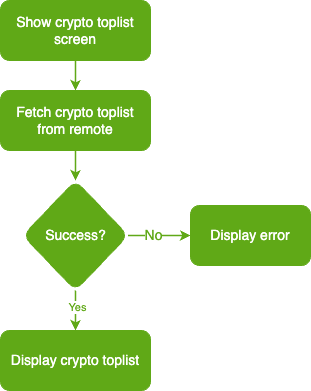
syntaxxxxx/hightech-case-study keeps this draw.io diagram as crypto_toplist_flowchart.png. Above is the earlier version. Source tidied: cells renumbered, new cells last; positions are measured from the earlier drawing's top-left corner, leaving out a move shared by most shapes. The source it was exported from:
```xml
<mxGraphModel>
  <root>
    <mxCell id="0" />
    <mxCell id="1" parent="0" />
    <mxCell id="2" style="edgeStyle=orthogonalEdgeStyle;rounded=0;jettySize=auto;html=1;strokeColor=#60A917;fillColor=#60a917;strokeWidth=1.5;" parent="1" edge="1" source="3" target="5">
      <mxGeometry relative="1" as="geometry" />
    </mxCell>
    <mxCell id="3" value="&lt;font style=&quot;font-size: 14px;&quot;&gt;Show crypto toplist&lt;br&gt;screen&lt;/font&gt;" style="rounded=1;whiteSpace=wrap;html=1;fillColor=#60A917;strokeColor=#60A917;fontColor=#ffffff;" parent="1" vertex="1">
      <mxGeometry width="150" height="60" as="geometry" />
    </mxCell>
    <mxCell id="4" style="edgeStyle=orthogonalEdgeStyle;rounded=0;jettySize=auto;html=1;strokeColor=#60A917;fontColor=#60A917;strokeWidth=1.5;" parent="1" edge="1" source="5" target="10">
      <mxGeometry relative="1" as="geometry" />
    </mxCell>
    <mxCell id="5" value="&lt;font style=&quot;font-size: 14px;&quot;&gt;Fetch crypto toplist&lt;br&gt;from remote&lt;/font&gt;" style="whiteSpace=wrap;html=1;rounded=1;fillColor=#60a917;strokeColor=#60A917;fontColor=#ffffff;" parent="1" vertex="1">
      <mxGeometry y="90" width="150" height="60" as="geometry" />
    </mxCell>
    <mxCell id="6" style="edgeStyle=orthogonalEdgeStyle;rounded=0;jettySize=auto;html=1;strokeColor=#60A917;fontColor=#60A917;strokeWidth=1.5;" parent="1" edge="1" source="10" target="11">
      <mxGeometry relative="1" as="geometry" />
    </mxCell>
    <mxCell id="7" value="&lt;font style=&quot;font-size: 14px;&quot;&gt;No&lt;/font&gt;" style="edgeLabel;html=1;align=center;verticalAlign=middle;fontColor=#60A917;" parent="6" vertex="1">
      <mxGeometry x="-0.19" y="1" relative="1" as="geometry" />
    </mxCell>
    <mxCell id="8" style="edgeStyle=orthogonalEdgeStyle;rounded=0;jettySize=auto;html=1;fillColor=#60a917;strokeColor=#60A917;strokeWidth=1.5;" parent="1" edge="1" source="10" target="12">
      <mxGeometry relative="1" as="geometry" />
    </mxCell>
    <mxCell id="9" value="&lt;font color=&quot;#60a917&quot;&gt;Yes&lt;/font&gt;" style="edgeLabel;html=1;align=center;verticalAlign=middle;" parent="8" vertex="1">
      <mxGeometry x="-0.21" y="1" relative="1" as="geometry" />
    </mxCell>
    <mxCell id="10" value="&lt;span style=&quot;font-size: 14px;&quot;&gt;&lt;font color=&quot;#ffffff&quot;&gt;Success?&lt;/font&gt;&lt;/span&gt;" style="rhombus;whiteSpace=wrap;html=1;rounded=1;fillColor=#60A917;strokeColor=#60A917;fontColor=#60A917;" parent="1" vertex="1">
      <mxGeometry x="22.5" y="180" width="105" height="110" as="geometry" />
    </mxCell>
    <mxCell id="11" value="&lt;span style=&quot;font-family: Helvetica; font-size: 14px; font-style: normal; font-variant-ligatures: normal; font-variant-caps: normal; font-weight: 400; letter-spacing: normal; orphans: 2; text-align: center; text-indent: 0px; text-transform: none; widows: 2; word-spacing: 0px; -webkit-text-stroke-width: 0px; text-decoration-thickness: initial; text-decoration-style: initial; text-decoration-color: initial; float: none; display: inline !important; background-color: rgb(96, 169, 23);&quot;&gt;&lt;font color=&quot;#ffffff&quot;&gt;Display error&lt;/font&gt;&lt;/span&gt;" style="whiteSpace=wrap;html=1;rounded=1;strokeColor=#60A917;fillColor=#60A917;fontColor=#60A917;" parent="1" vertex="1">
      <mxGeometry x="190" y="205" width="120" height="60" as="geometry" />
    </mxCell>
    <mxCell id="12" value="&lt;span style=&quot;font-family: Helvetica; font-size: 14px; font-style: normal; font-variant-ligatures: normal; font-variant-caps: normal; font-weight: 400; letter-spacing: normal; orphans: 2; text-align: center; text-indent: 0px; text-transform: none; widows: 2; word-spacing: 0px; -webkit-text-stroke-width: 0px; text-decoration-thickness: initial; text-decoration-style: initial; text-decoration-color: initial; float: none; display: inline !important; background-color: rgb(96, 169, 23);&quot;&gt;Display crypto toplist&lt;/span&gt;" style="whiteSpace=wrap;html=1;rounded=1;fillColor=#60a917;fontColor=#ffffff;strokeColor=#60A917;" parent="1" vertex="1">
      <mxGeometry y="330" width="150" height="60" as="geometry" />
    </mxCell>
  </root>
</mxGraphModel>
```
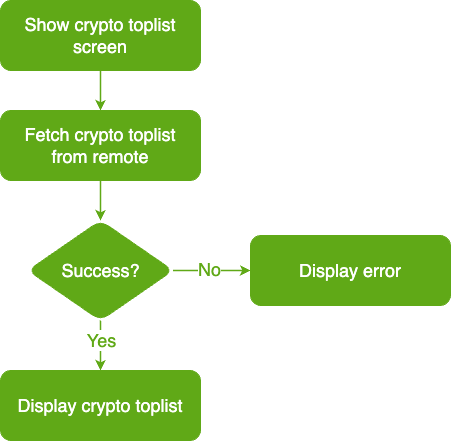
Above is the later version.

Diff of the diagram source:
```diff
@@ -5,35 +5,35 @@
     <mxCell id="2" style="edgeStyle=orthogonalEdgeStyle;rounded=0;jettySize=auto;html=1;strokeColor=#60A917;fillColor=#60a917;strokeWidth=1.5;" parent="1" edge="1" source="3" target="5">
       <mxGeometry relative="1" as="geometry" />
     </mxCell>
-    <mxCell id="3" value="&lt;font style=&quot;font-size: 14px;&quot;&gt;Show crypto toplist&lt;br&gt;screen&lt;/font&gt;" style="rounded=1;whiteSpace=wrap;html=1;fillColor=#60A917;strokeColor=#60A917;fontColor=#ffffff;" parent="1" vertex="1">
-      <mxGeometry width="150" height="60" as="geometry" />
+    <mxCell id="3" value="&lt;font style=&quot;font-size: 18px;&quot;&gt;Show crypto toplist&lt;br&gt;screen&lt;/font&gt;" style="rounded=1;whiteSpace=wrap;html=1;fillColor=#60A917;strokeColor=#60A917;fontColor=#ffffff;" parent="1" vertex="1">
+      <mxGeometry y="-20" width="200" height="70" as="geometry" />
     </mxCell>
-    <mxCell id="4" style="edgeStyle=orthogonalEdgeStyle;rounded=0;jettySize=auto;html=1;strokeColor=#60A917;fontColor=#60A917;strokeWidth=1.5;" parent="1" edge="1" source="5" target="10">
+    <mxCell id="4" style="edgeStyle=orthogonalEdgeStyle;rounded=0;jettySize=auto;html=1;strokeColor=#60A917;strokeWidth=1.5;" parent="1" edge="1" source="5" target="10">
       <mxGeometry relative="1" as="geometry" />
     </mxCell>
-    <mxCell id="5" value="&lt;font style=&quot;font-size: 14px;&quot;&gt;Fetch crypto toplist&lt;br&gt;from remote&lt;/font&gt;" style="whiteSpace=wrap;html=1;rounded=1;fillColor=#60a917;strokeColor=#60A917;fontColor=#ffffff;" parent="1" vertex="1">
-      <mxGeometry y="90" width="150" height="60" as="geometry" />
+    <mxCell id="5" value="&lt;font style=&quot;font-size: 18px;&quot;&gt;Fetch crypto toplist&lt;br&gt;from remote&lt;/font&gt;" style="whiteSpace=wrap;html=1;rounded=1;fillColor=#60a917;strokeColor=#60A917;fontColor=#ffffff;" parent="1" vertex="1">
+      <mxGeometry y="90" width="200" height="70" as="geometry" />
     </mxCell>
+    <mxCell id="8" style="edgeStyle=orthogonalEdgeStyle;rounded=0;jettySize=auto;html=1;strokeWidth=1.5;strokeColor=#60A917;" parent="1" edge="1" source="10" target="12">
+      <mxGeometry relative="1" as="geometry" />
+    </mxCell>
+    <mxCell id="9" value="&lt;font color=&quot;#60a917&quot; style=&quot;font-size: 18px;&quot;&gt;Yes&lt;/font&gt;" style="edgeLabel;html=1;align=center;verticalAlign=middle;fontSize=18;" parent="8" vertex="1">
+      <mxGeometry x="-0.24" relative="1" as="geometry" />
+    </mxCell>
-    <mxCell id="6" style="edgeStyle=orthogonalEdgeStyle;rounded=0;jettySize=auto;html=1;strokeColor=#60A917;fontColor=#60A917;strokeWidth=1.5;" parent="1" edge="1" source="10" target="11">
+    <mxCell id="6" style="edgeStyle=orthogonalEdgeStyle;rounded=0;jettySize=auto;html=1;strokeWidth=1.5;strokeColor=#60A917;" parent="1" edge="1" source="10" target="11">
       <mxGeometry relative="1" as="geometry" />
     </mxCell>
-    <mxCell id="7" value="&lt;font style=&quot;font-size: 14px;&quot;&gt;No&lt;/font&gt;" style="edgeLabel;html=1;align=center;verticalAlign=middle;fontColor=#60A917;" parent="6" vertex="1">
-      <mxGeometry x="-0.19" y="1" relative="1" as="geometry" />
+    <mxCell id="7" value="&lt;font color=&quot;#60a917&quot; style=&quot;font-size: 18px;&quot;&gt;No&lt;/font&gt;" style="edgeLabel;html=1;align=center;verticalAlign=middle;" parent="6" vertex="1">
+      <mxGeometry x="-0.08" y="2" relative="1" as="geometry" />
     </mxCell>
-    <mxCell id="8" style="edgeStyle=orthogonalEdgeStyle;rounded=0;jettySize=auto;html=1;fillColor=#60a917;strokeColor=#60A917;strokeWidth=1.5;" parent="1" edge="1" source="10" target="12">
-      <mxGeometry relative="1" as="geometry" />
-    </mxCell>
-    <mxCell id="9" value="&lt;font color=&quot;#60a917&quot;&gt;Yes&lt;/font&gt;" style="edgeLabel;html=1;align=center;verticalAlign=middle;" parent="8" vertex="1">
-      <mxGeometry x="-0.21" y="1" relative="1" as="geometry" />
-    </mxCell>
-    <mxCell id="10" value="&lt;span style=&quot;font-size: 14px;&quot;&gt;&lt;font color=&quot;#ffffff&quot;&gt;Success?&lt;/font&gt;&lt;/span&gt;" style="rhombus;whiteSpace=wrap;html=1;rounded=1;fillColor=#60A917;strokeColor=#60A917;fontColor=#60A917;" parent="1" vertex="1">
-      <mxGeometry x="22.5" y="180" width="105" height="110" as="geometry" />
+    <mxCell id="10" value="&lt;font style=&quot;font-size: 18px;&quot;&gt;Success?&lt;/font&gt;" style="rhombus;whiteSpace=wrap;html=1;fillColor=#60a917;strokeColor=#60A917;fontColor=#ffffff;rounded=1;" parent="1" vertex="1">
+      <mxGeometry x="27.5" y="200" width="145" height="100" as="geometry" />
     </mxCell>
+    <mxCell id="12" value="&lt;span style=&quot;font-family: Helvetica; font-size: 18px; font-style: normal; font-variant-ligatures: normal; font-variant-caps: normal; font-weight: 400; letter-spacing: normal; orphans: 2; text-align: center; text-indent: 0px; text-transform: none; widows: 2; word-spacing: 0px; -webkit-text-stroke-width: 0px; text-decoration-thickness: initial; text-decoration-style: initial; text-decoration-color: initial; float: none; display: inline !important; background-color: rgb(96, 169, 23);&quot;&gt;Display crypto toplist&lt;/span&gt;" style="whiteSpace=wrap;html=1;fillColor=#60a917;strokeColor=#60A917;fontColor=#ffffff;rounded=1;" parent="1" vertex="1">
+      <mxGeometry y="350" width="200" height="70" as="geometry" />
+    </mxCell>
-    <mxCell id="11" value="&lt;span style=&quot;font-family: Helvetica; font-size: 14px; font-style: normal; font-variant-ligatures: normal; font-variant-caps: normal; font-weight: 400; letter-spacing: normal; orphans: 2; text-align: center; text-indent: 0px; text-transform: none; widows: 2; word-spacing: 0px; -webkit-text-stroke-width: 0px; text-decoration-thickness: initial; text-decoration-style: initial; text-decoration-color: initial; float: none; display: inline !important; background-color: rgb(96, 169, 23);&quot;&gt;&lt;font color=&quot;#ffffff&quot;&gt;Display error&lt;/font&gt;&lt;/span&gt;" style="whiteSpace=wrap;html=1;rounded=1;strokeColor=#60A917;fillColor=#60A917;fontColor=#60A917;" parent="1" vertex="1">
-      <mxGeometry x="190" y="205" width="120" height="60" as="geometry" />
+    <mxCell id="11" value="&lt;span style=&quot;color: rgb(255, 255, 255); font-family: Helvetica; font-size: 18px; font-style: normal; font-variant-ligatures: normal; font-variant-caps: normal; font-weight: 400; letter-spacing: normal; orphans: 2; text-align: center; text-indent: 0px; text-transform: none; widows: 2; word-spacing: 0px; -webkit-text-stroke-width: 0px; text-decoration-thickness: initial; text-decoration-style: initial; text-decoration-color: initial; float: none; display: inline !important; background-color: rgb(96, 169, 23);&quot;&gt;Display error&lt;/span&gt;" style="whiteSpace=wrap;html=1;fillColor=#60a917;strokeColor=#60A917;fontColor=#ffffff;rounded=1;" parent="1" vertex="1">
+      <mxGeometry x="250" y="215" width="200" height="70" as="geometry" />
     </mxCell>
-    <mxCell id="12" value="&lt;span style=&quot;font-family: Helvetica; font-size: 14px; font-style: normal; font-variant-ligatures: normal; font-variant-caps: normal; font-weight: 400; letter-spacing: normal; orphans: 2; text-align: center; text-indent: 0px; text-transform: none; widows: 2; word-spacing: 0px; -webkit-text-stroke-width: 0px; text-decoration-thickness: initial; text-decoration-style: initial; text-decoration-color: initial; float: none; display: inline !important; background-color: rgb(96, 169, 23);&quot;&gt;Display crypto toplist&lt;/span&gt;" style="whiteSpace=wrap;html=1;rounded=1;fillColor=#60a917;fontColor=#ffffff;strokeColor=#60A917;" parent="1" vertex="1">
-      <mxGeometry y="330" width="150" height="60" as="geometry" />
-    </mxCell>
   </root>
 </mxGraphModel>
```
